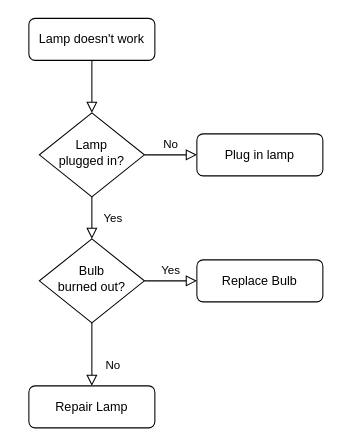
Shikilion/Assignment keeps this draw.io diagram as Untitled Diagram.drawio. Above is the earlier version. Source tidied: cells renumbered, new cells numbered last; positions are measured from the earlier drawing's top-left corner, leaving out a move shared by most shapes. Both pictures are drawn from the tidied source at 105%, with x=0, y=0 at pixel (28, 18).
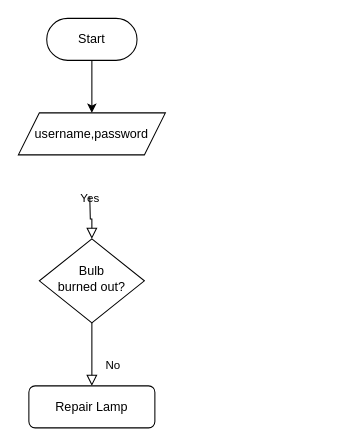
The same page after the edit.

The edit, as a diff of the source:
```diff
@@
 <mxGraphModel>
   <root>
     <mxCell id="0" />
     <mxCell id="1" parent="0" />
-    <mxCell id="2" style="rounded=0;html=1;jettySize=auto;fontSize=11;endArrow=block;endFill=0;endSize=8;strokeWidth=1;shadow=0;labelBackgroundColor=none;edgeStyle=orthogonalEdgeStyle;" parent="1" edge="1" source="3" target="6">
-      <mxGeometry relative="1" as="geometry" />
-    </mxCell>
-    <mxCell id="3" value="Lamp doesn't work" style="rounded=1;whiteSpace=wrap;html=1;fontSize=12;glass=0;strokeWidth=1;shadow=0;" parent="1" vertex="1">
-      <mxGeometry width="120" height="40" as="geometry" />
-    </mxCell>
-    <mxCell id="4" value="Yes" style="rounded=0;html=1;jettySize=auto;fontSize=11;endArrow=block;endFill=0;endSize=8;strokeWidth=1;shadow=0;labelBackgroundColor=none;edgeStyle=orthogonalEdgeStyle;" parent="1" edge="1" source="6" target="10">
-      <mxGeometry y="20" relative="1" as="geometry" />
+    <mxCell id="4" value="Yes" style="rounded=0;html=1;jettySize=auto;fontSize=11;endArrow=block;endFill=0;endSize=8;strokeWidth=1;shadow=0;labelBackgroundColor=none;edgeStyle=orthogonalEdgeStyle;" parent="1" edge="1" target="10">
+      <mxGeometry y="20" relative="1" as="geometry">
+        <mxPoint x="58" y="170" as="sourcePoint" />
+      </mxGeometry>
     </mxCell>
-    <mxCell id="5" value="No" style="edgeStyle=orthogonalEdgeStyle;rounded=0;html=1;jettySize=auto;fontSize=11;endArrow=block;endFill=0;endSize=8;strokeWidth=1;shadow=0;labelBackgroundColor=none;" parent="1" edge="1" source="6" target="7">
-      <mxGeometry y="10" relative="1" as="geometry" />
-    </mxCell>
-    <mxCell id="6" value="Lamp&lt;br&gt;plugged in?" style="rhombus;whiteSpace=wrap;html=1;shadow=0;fontFamily=Helvetica;fontSize=12;align=center;strokeWidth=1;spacing=6;spacingTop=-4;" parent="1" vertex="1">
-      <mxGeometry x="10" y="90" width="100" height="80" as="geometry" />
-    </mxCell>
-    <mxCell id="7" value="Plug in lamp" style="rounded=1;whiteSpace=wrap;html=1;fontSize=12;glass=0;strokeWidth=1;shadow=0;" parent="1" vertex="1">
-      <mxGeometry x="160" y="110" width="120" height="40" as="geometry" />
-    </mxCell>
     <mxCell id="8" value="No" style="rounded=0;html=1;jettySize=auto;fontSize=11;endArrow=block;endFill=0;endSize=8;strokeWidth=1;shadow=0;labelBackgroundColor=none;edgeStyle=orthogonalEdgeStyle;" parent="1" edge="1" source="10" target="11">
       <mxGeometry x="0.33" y="20" relative="1" as="geometry" />
     </mxCell>
-    <mxCell id="9" value="Yes" style="edgeStyle=orthogonalEdgeStyle;rounded=0;html=1;jettySize=auto;fontSize=11;endArrow=block;endFill=0;endSize=8;strokeWidth=1;shadow=0;labelBackgroundColor=none;" parent="1" edge="1" source="10" target="12">
-      <mxGeometry y="10" relative="1" as="geometry" />
-    </mxCell>
     <mxCell id="10" value="Bulb&lt;br&gt;burned out?" style="rhombus;whiteSpace=wrap;html=1;shadow=0;fontFamily=Helvetica;fontSize=12;align=center;strokeWidth=1;spacing=6;spacingTop=-4;" parent="1" vertex="1">
       <mxGeometry x="10" y="210" width="100" height="80" as="geometry" />
     </mxCell>
     <mxCell id="11" value="Repair Lamp" style="rounded=1;whiteSpace=wrap;html=1;fontSize=12;glass=0;strokeWidth=1;shadow=0;" parent="1" vertex="1">
       <mxGeometry y="350" width="120" height="40" as="geometry" />
     </mxCell>
-    <mxCell id="12" value="Replace Bulb" style="rounded=1;whiteSpace=wrap;html=1;fontSize=12;glass=0;strokeWidth=1;shadow=0;" parent="1" vertex="1">
-      <mxGeometry x="160" y="230" width="120" height="40" as="geometry" />
-    </mxCell>
+    <mxCell id="13" style="edgeStyle=orthogonalEdgeStyle;rounded=0;jettySize=auto;html=1;entryX=0.5;entryY=0;entryDx=0;entryDy=0;" parent="1" edge="1" source="14" target="15">
+      <mxGeometry relative="1" as="geometry" />
+    </mxCell>
+    <mxCell id="14" value="Start" style="rounded=1;whiteSpace=wrap;html=1;arcSize=50;" parent="1" vertex="1">
+      <mxGeometry x="17" width="86" height="40" as="geometry" />
+    </mxCell>
+    <mxCell id="15" value="username,password" style="shape=parallelogram;perimeter=parallelogramPerimeter;whiteSpace=wrap;html=1;fixedSize=1;" parent="1" vertex="1">
+      <mxGeometry x="-10" y="90" width="140" height="40" as="geometry" />
+    </mxCell>
   </root>
 </mxGraphModel>
```
